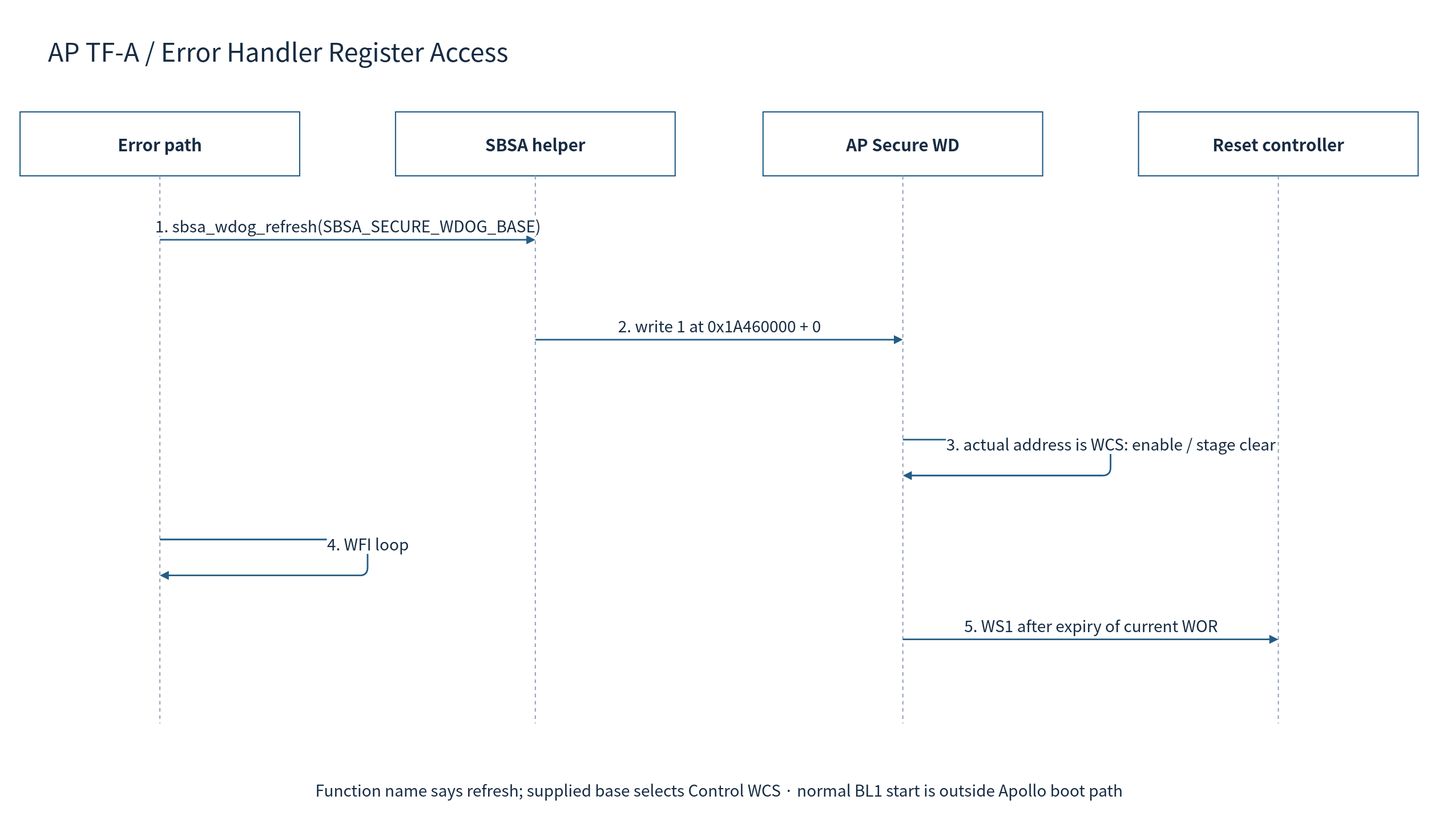
The draw.io diagram doc/phase1/watchdog/diagrams/10b-tfa-sequence.drawio.svg in cometzero/project-apollo, before a commit. Source tidied: cells renumbered, new cells last; positions are measured from the earlier drawing's top-left corner, leaving out a move shared by most shapes.
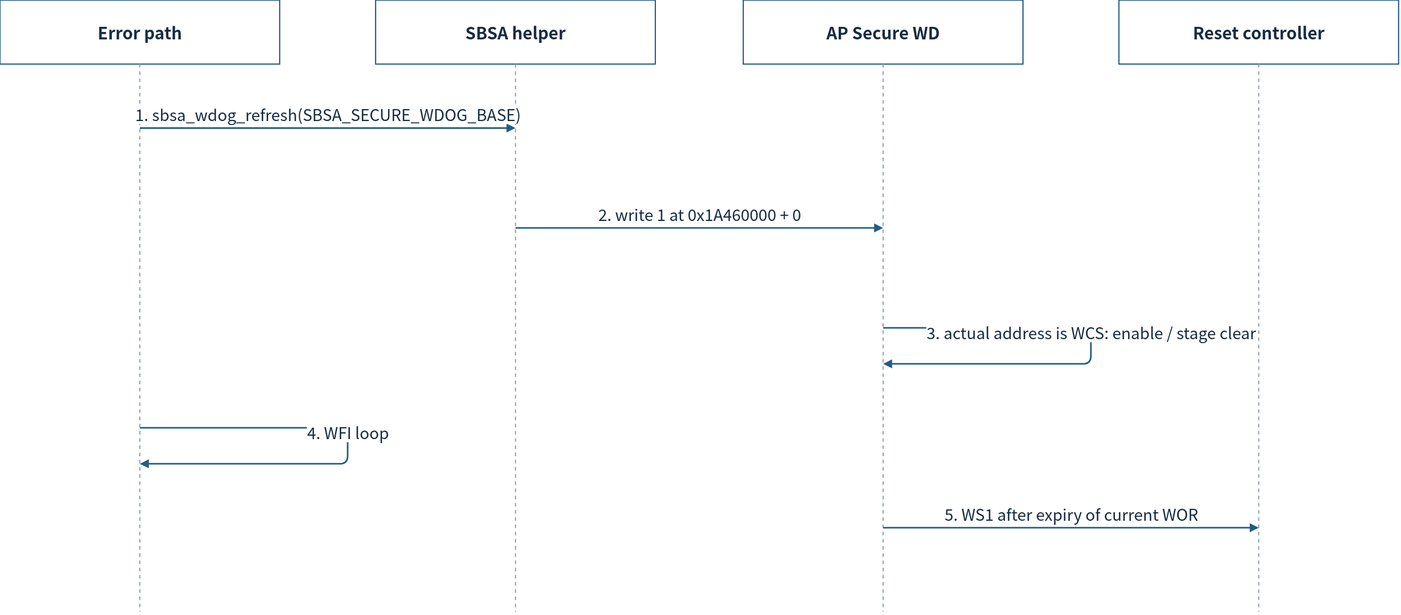
After the commit.

Diff of the diagram source:
```diff
@@ -2,12 +2,6 @@
   <root>
     <mxCell id="0" />
     <mxCell id="1" parent="0" />
-    <mxCell id="2" style="rounded=0;whiteSpace=wrap;html=1;fillColor=#FFFFFF;strokeColor=none;strokeWidth=1.5;fontColor=#172C43;fontFamily=Noto Sans CJK KR;fontSize=22;spacing=10;" parent="1" vertex="1">
-      <mxGeometry width="1800" height="1045" as="geometry" />
-    </mxCell>
-    <mxCell id="3" value="AP TF-A / Error Handler Register Access" style="rounded=0;whiteSpace=wrap;html=1;fillColor=#FFFFFF;strokeColor=none;strokeWidth=1.5;fontColor=#172C43;fontFamily=Noto Sans CJK KR;fontSize=22;spacing=10;fontSize=32;align=left;" parent="1" vertex="1">
-      <mxGeometry x="50" y="30" width="1700" height="65" as="geometry" />
-    </mxCell>
     <mxCell id="4" value="Error path" style="rounded=0;whiteSpace=wrap;html=1;fillColor=#FFFFFF;strokeColor=#235D86;strokeWidth=1.5;fontColor=#172C43;fontFamily=Noto Sans CJK KR;fontSize=22;spacing=10;fontStyle=1;fontSize=21;" parent="1" vertex="1">
       <mxGeometry x="25" y="140" width="350" height="80" as="geometry" />
     </mxCell>
@@ -87,8 +81,5 @@
         <mxPoint y="-18" as="offset" />
       </mxGeometry>
     </mxCell>
-    <mxCell id="17" value="Function name says refresh; supplied base selects Control WCS · normal BL1 start is outside Apollo boot path" style="rounded=0;whiteSpace=wrap;html=1;fillColor=#FFFFFF;strokeColor=none;strokeWidth=1.5;fontColor=#172C43;fontFamily=Noto Sans CJK KR;fontSize=22;spacing=10;fontSize=20;" parent="1" vertex="1">
-      <mxGeometry x="70" y="955" width="1660" height="65" as="geometry" />
-    </mxCell>
   </root>
 </mxGraphModel>
```
